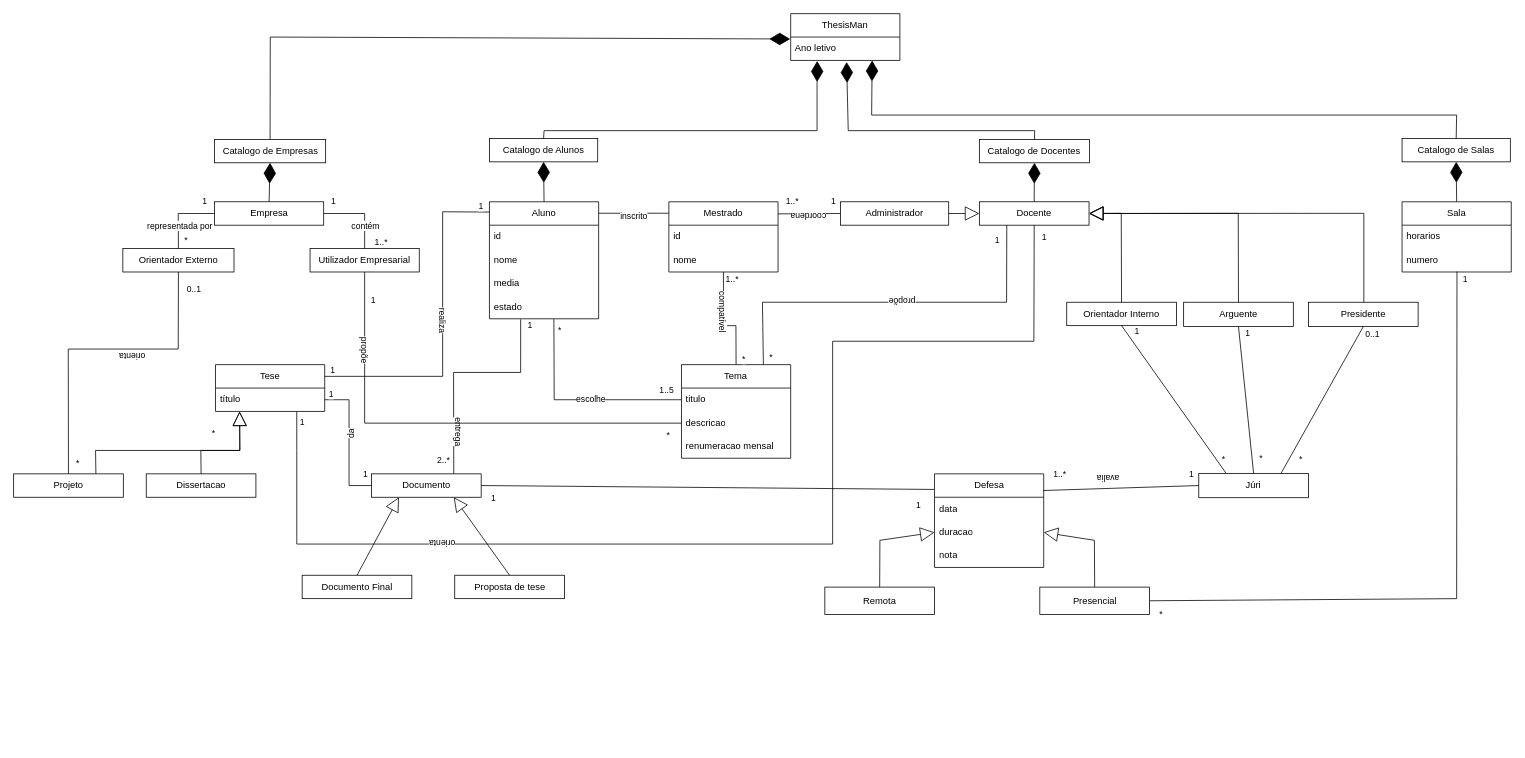
This is docs/DomainModel.drawio from Sapientia-PT/thesisman, a draw.io file, before an edit. Source tidied: cells renumbered, new cells numbered last; positions are measured from the earlier drawing's top-left corner, leaving out a move shared by most shapes. Both pictures are drawn from the tidied source at 78%, with x=0, y=0 at pixel (13, 13).
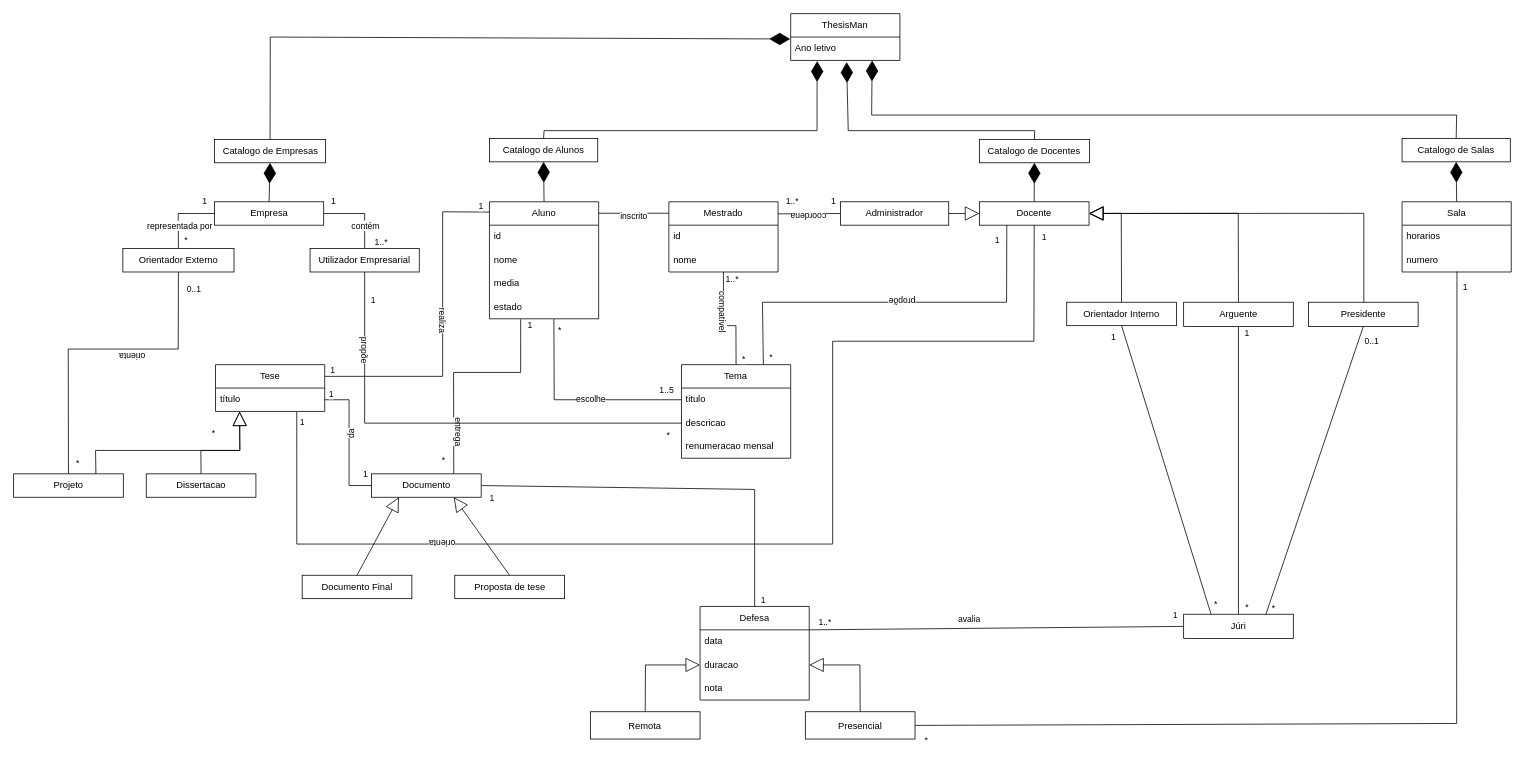
Above is the later version.

Commit message (it also covers changes not shown here):
Reverted decision about the number of documents one Student should deliver

Unchanged cells that the change refers to:
```xml
<mxCell id="23" value="Documento" style="html=1;whiteSpace=wrap;" parent="1" vertex="1">
  <mxGeometry x="458.8" y="590" width="140.6" height="30" as="geometry" />
</mxCell>
<mxCell id="45" style="endArrow=none;html=1;rounded=0;exitX=0.75;exitY=0;exitDx=0;exitDy=0;entryX=0.286;entryY=1.021;entryDx=0;entryDy=0;entryPerimeter=0;" parent="1" edge="1" source="23" target="18">
  <mxGeometry relative="1" as="geometry">
    <Array as="points">
      <mxPoint x="564" y="460" />
      <mxPoint x="650" y="460" />
    </Array>
  </mxGeometry>
</mxCell>
<mxCell id="60" value="numero" style="text;strokeColor=none;fillColor=none;align=left;verticalAlign=middle;spacingLeft=4;spacingRight=4;overflow=hidden;points=[[0,0.5],[1,0.5]];portConstraint=eastwest;whiteSpace=wrap;html=1;" parent="58" vertex="1">
  <mxGeometry y="60" width="140" height="30" as="geometry" />
</mxCell>
<mxCell id="103" value="duracao" style="text;strokeColor=none;fillColor=none;align=left;verticalAlign=middle;spacingLeft=4;spacingRight=4;overflow=hidden;points=[[0,0.5],[1,0.5]];portConstraint=eastwest;whiteSpace=wrap;html=1;" parent="101" vertex="1">
  <mxGeometry y="60" width="140" height="30" as="geometry" />
</mxCell>
<mxCell id="117" style="endArrow=none;html=1;rounded=0;entryX=0.5;entryY=1;entryDx=0;entryDy=0;exitX=0.25;exitY=0;exitDx=0;exitDy=0;" parent="1" edge="1" source="120" target="6">
  <mxGeometry relative="1" as="geometry" />
</mxCell>
<mxCell id="126" style="endArrow=none;html=1;rounded=0;entryX=0.5;entryY=1;entryDx=0;entryDy=0;exitX=0.5;exitY=0;exitDx=0;exitDy=0;" parent="1" edge="1" source="120" target="7">
  <mxGeometry relative="1" as="geometry" />
</mxCell>
<mxCell id="130" style="endArrow=none;html=1;rounded=0;entryX=0.5;entryY=1;entryDx=0;entryDy=0;exitX=0.75;exitY=0;exitDx=0;exitDy=0;" parent="1" edge="1" source="120" target="125">
  <mxGeometry relative="1" as="geometry" />
</mxCell>
```

The edit, as a diff of the source:
```diff
@@
-    <mxCell id="48" value="2..*" style="edgeLabel;html=1;align=center;verticalAlign=middle;" parent="45" vertex="1">
+    <mxCell id="48" value="*" style="edgeLabel;html=1;align=center;verticalAlign=middle;" parent="45" vertex="1">
       <mxGeometry x="-0.93" relative="1" as="geometry">
         <mxPoint x="-14" y="-9" as="offset" />
       </mxGeometry>
     </mxCell>
@@
     <mxCell id="99" style="endArrow=block;endSize=16;endFill=0;html=1;rounded=0;entryX=0;entryY=0.5;entryDx=0;entryDy=0;exitX=0.5;exitY=0;exitDx=0;exitDy=0;" parent="1" edge="1" source="115" target="103">
       <mxGeometry relative="1" as="geometry">
         <Array as="points">
-          <mxPoint x="1110.6" y="675.2" />
+          <mxPoint x="810" y="835" />
         </Array>
       </mxGeometry>
     </mxCell>
     <mxCell id="100" style="endArrow=block;endSize=16;endFill=0;html=1;rounded=0;exitX=0.5;exitY=0;exitDx=0;exitDy=0;entryX=1;entryY=0.5;entryDx=0;entryDy=0;" parent="1" edge="1" source="116" target="103">
       <mxGeometry relative="1" as="geometry">
         <Array as="points">
-          <mxPoint x="1385.6" y="675.2" />
+          <mxPoint x="1085" y="835" />
         </Array>
       </mxGeometry>
     </mxCell>
     <mxCell id="101" value="Defesa" style="swimlane;fontStyle=0;horizontal=1;startSize=30;whiteSpace=wrap;html=1;" parent="1" vertex="1">
-      <mxGeometry x="1180.6" y="590" width="140" height="120" as="geometry" />
+      <mxGeometry x="880" y="760" width="140" height="120" as="geometry" />
     </mxCell>
@@
-    <mxCell id="109" style="endArrow=none;html=1;rounded=0;exitX=1;exitY=0.5;exitDx=0;exitDy=0;" parent="1" edge="1" source="23">
+    <mxCell id="109" style="endArrow=none;html=1;rounded=0;entryX=0.5;entryY=0;entryDx=0;entryDy=0;exitX=1;exitY=0.5;exitDx=0;exitDy=0;" parent="1" edge="1" source="23" target="101">
       <mxGeometry relative="1" as="geometry">
-        <mxPoint x="1180" y="610" as="targetPoint" />
+        <Array as="points">
+          <mxPoint x="950" y="610" />
+        </Array>
       </mxGeometry>
     </mxCell>
@@
     <mxCell id="112" style="endArrow=none;html=1;rounded=0;entryX=0.503;entryY=0.98;entryDx=0;entryDy=0;entryPerimeter=0;exitX=1;exitY=0.5;exitDx=0;exitDy=0;" parent="1" edge="1" source="116" target="60">
       <mxGeometry relative="1" as="geometry">
         <Array as="points">
-          <mxPoint x="1850" y="750" />
+          <mxPoint x="1850" y="910" />
         </Array>
       </mxGeometry>
     </mxCell>
     <mxCell id="113" value="*" style="edgeLabel;html=1;align=center;verticalAlign=middle;" parent="112" vertex="1">
       <mxGeometry x="-0.96" y="1" relative="1" as="geometry">
-        <mxPoint x="-2" y="18" as="offset" />
+        <mxPoint x="-11" y="19" as="offset" />
       </mxGeometry>
     </mxCell>
@@
     <mxCell id="115" value="Remota" style="html=1;whiteSpace=wrap;" parent="1" vertex="1">
-      <mxGeometry x="1040" y="735.2" width="140.6" height="35" as="geometry" />
+      <mxGeometry x="739.4" y="895" width="140.6" height="35" as="geometry" />
     </mxCell>
     <mxCell id="116" value="Presencial" style="html=1;whiteSpace=wrap;" parent="1" vertex="1">
-      <mxGeometry x="1315.6" y="735.2" width="140.6" height="35" as="geometry" />
+      <mxGeometry x="1015" y="895" width="140.6" height="35" as="geometry" />
     </mxCell>
@@
     <mxCell id="118" value="*" style="edgeLabel;html=1;align=center;verticalAlign=middle;" parent="117" vertex="1">
       <mxGeometry x="-0.92" y="2" relative="1" as="geometry">
-        <mxPoint x="3" y="-13" as="offset" />
+        <mxPoint x="12" as="offset" />
       </mxGeometry>
     </mxCell>
     <mxCell id="119" value="1" style="edgeLabel;html=1;align=center;verticalAlign=middle;" parent="117" vertex="1">
       <mxGeometry x="0.92" y="-1" relative="1" as="geometry">
-        <mxPoint x="13" as="offset" />
+        <mxPoint x="-16" as="offset" />
       </mxGeometry>
     </mxCell>
     <mxCell id="120" value="Júri" style="whiteSpace=wrap;html=1;" parent="1" vertex="1">
-      <mxGeometry x="1519.4" y="589.4" width="140.6" height="31.2" as="geometry" />
+      <mxGeometry x="1500" y="770" width="140.6" height="31.2" as="geometry" />
     </mxCell>
-    <mxCell id="121" style="endArrow=none;html=1;rounded=0;exitX=0.996;exitY=0.178;exitDx=0;exitDy=0;exitPerimeter=0;entryX=0;entryY=0.5;entryDx=0;entryDy=0;" parent="1" edge="1" source="101" target="120">
+    <mxCell id="121" style="endArrow=none;html=1;rounded=0;exitX=1;exitY=0.25;exitDx=0;exitDy=0;entryX=0;entryY=0.5;entryDx=0;entryDy=0;" parent="1" edge="1" source="101" target="120">
       <mxGeometry relative="1" as="geometry" />
     </mxCell>
-    <mxCell id="122" value="avalia" style="edgeLabel;html=1;align=center;verticalAlign=middle;rotation=180;" parent="121" vertex="1">
+    <mxCell id="122" value="avalia" style="edgeLabel;html=1;align=center;verticalAlign=middle;" parent="121" vertex="1">
       <mxGeometry x="-0.15" y="-1" relative="1" as="geometry">
         <mxPoint y="-13" as="offset" />
       </mxGeometry>
     </mxCell>
     <mxCell id="123" value="1..*" style="edgeLabel;html=1;align=center;verticalAlign=middle;" parent="121" vertex="1">
       <mxGeometry x="-0.85" y="1" relative="1" as="geometry">
-        <mxPoint x="5" y="-20" as="offset" />
+        <mxPoint x="-16" y="-9" as="offset" />
       </mxGeometry>
     </mxCell>
-    <mxCell id="124" value="1" style="edgeLabel;html=1;align=center;verticalAlign=middle;rotation=0;" parent="121" vertex="1">
+    <mxCell id="124" value="1" style="edgeLabel;html=1;align=center;verticalAlign=middle;" parent="121" vertex="1">
       <mxGeometry x="0.76" y="-1" relative="1" as="geometry">
-        <mxPoint x="14" y="-17" as="offset" />
+        <mxPoint x="47" y="-17" as="offset" />
       </mxGeometry>
     </mxCell>
@@
     <mxCell id="128" value="*" style="edgeLabel;html=1;align=center;verticalAlign=middle;" parent="126" vertex="1">
       <mxGeometry x="-0.91" relative="1" as="geometry">
-        <mxPoint x="10" y="-11" as="offset" />
+        <mxPoint x="10" y="7" as="offset" />
       </mxGeometry>
     </mxCell>
     <mxCell id="129" value="1" style="edgeLabel;html=1;align=center;verticalAlign=middle;" parent="126" vertex="1">
       <mxGeometry x="0.85" relative="1" as="geometry">
-        <mxPoint x="10" y="-6" as="offset" />
+        <mxPoint x="10" y="-20" as="offset" />
       </mxGeometry>
     </mxCell>
@@
     <mxCell id="132" value="*" style="edgeLabel;html=1;align=center;verticalAlign=middle;" parent="130" vertex="1">
       <mxGeometry x="-0.88" y="-2" relative="1" as="geometry">
-        <mxPoint x="17" y="-9" as="offset" />
+        <mxPoint y="13" as="offset" />
       </mxGeometry>
     </mxCell>
```
